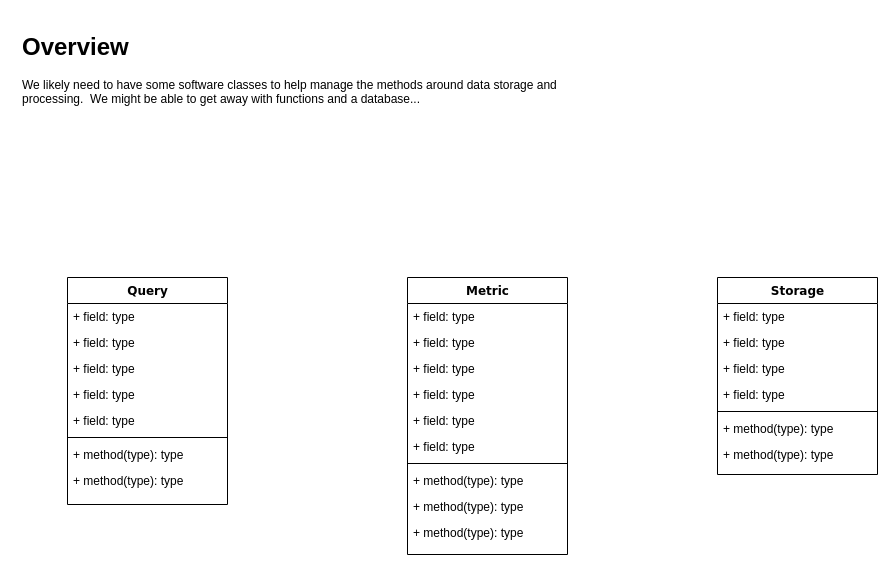
Before: design/teehr-class-diagram.drawio in RTIInternational/teehr, a draw.io diagram. Source tidied: cells renumbered, new cells numbered last; positions are measured from the earlier drawing's top-left corner, leaving out a move shared by most shapes. Both pictures are drawn from the tidied source at 100%, with x=0, y=0 at pixel (17, 27).
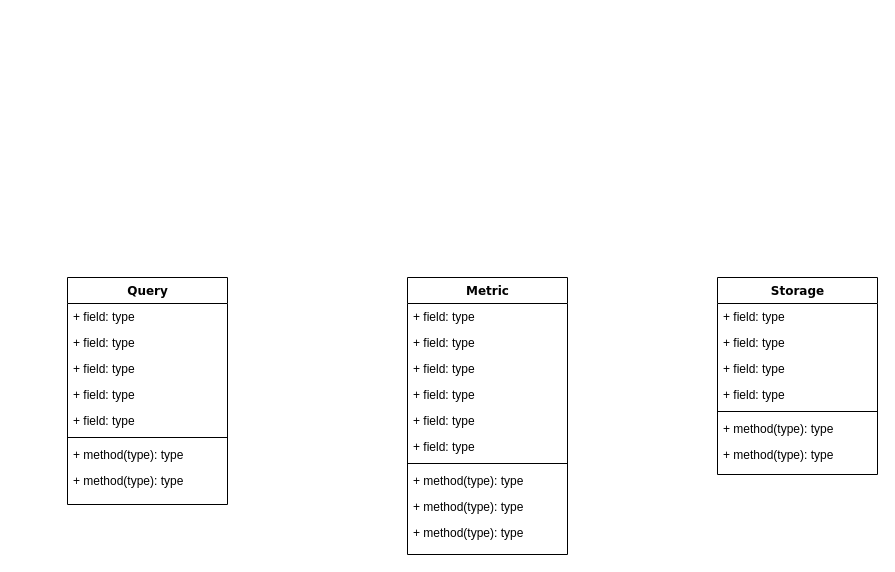
After the change.

Commit message (it also covers changes not shown here):
update class diagram

Diff of the diagram source:
```diff
@@
-    <mxCell id="30" value="&lt;h1&gt;Overview&lt;/h1&gt;&lt;div&gt;We likely need to have some software classes to help manage the methods around data storage and processing.&amp;nbsp; We might be able to get away with functions and a database...&lt;/div&gt;" style="text;html=1;strokeColor=none;fillColor=none;spacing=5;spacingTop=-20;whiteSpace=wrap;overflow=hidden;rounded=0;" parent="1" vertex="1">
-      <mxGeometry width="560" height="120" as="geometry" />
-    </mxCell>
```
